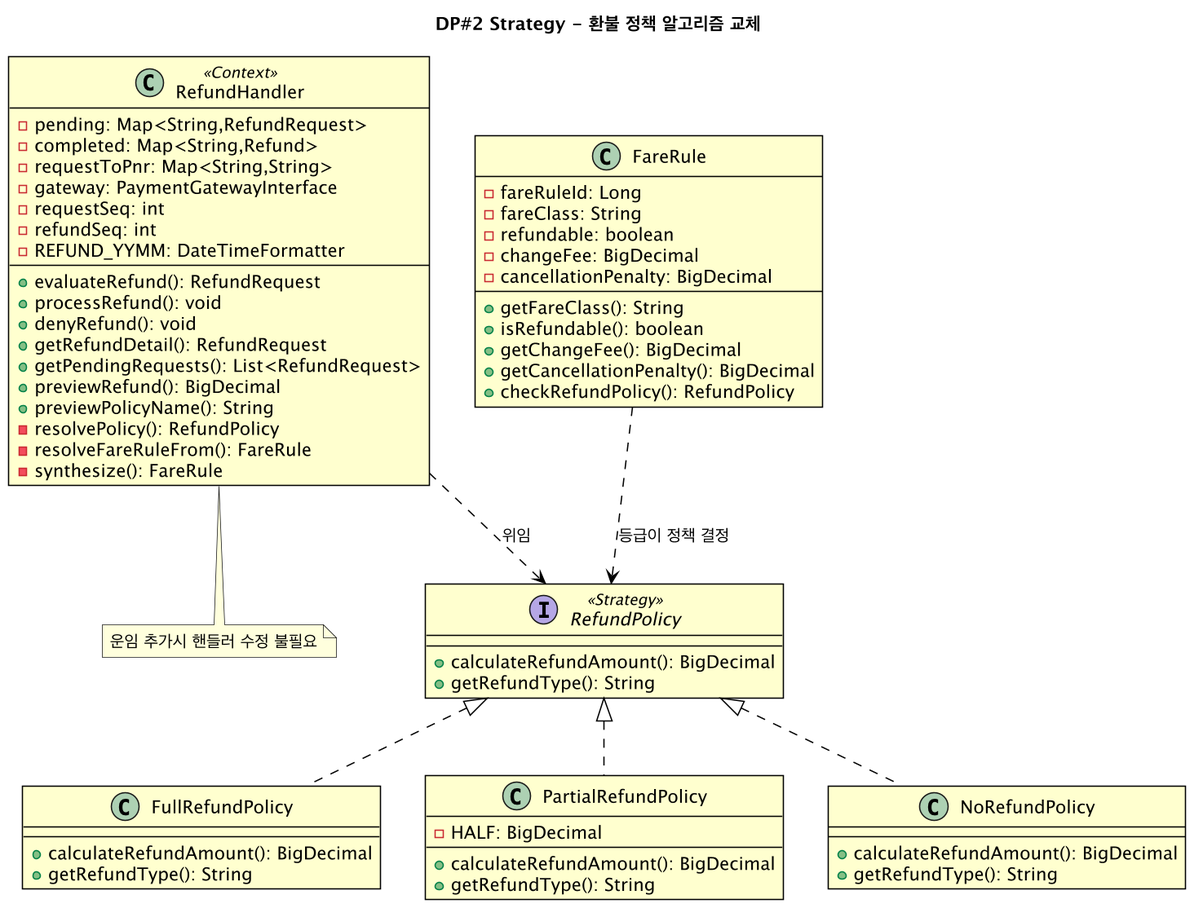
Earlier version of the PlantUML export docs/diagrams/iter4-puml/dp2-strategy.png (gimjungwook/KoreanAirReservationDomain).
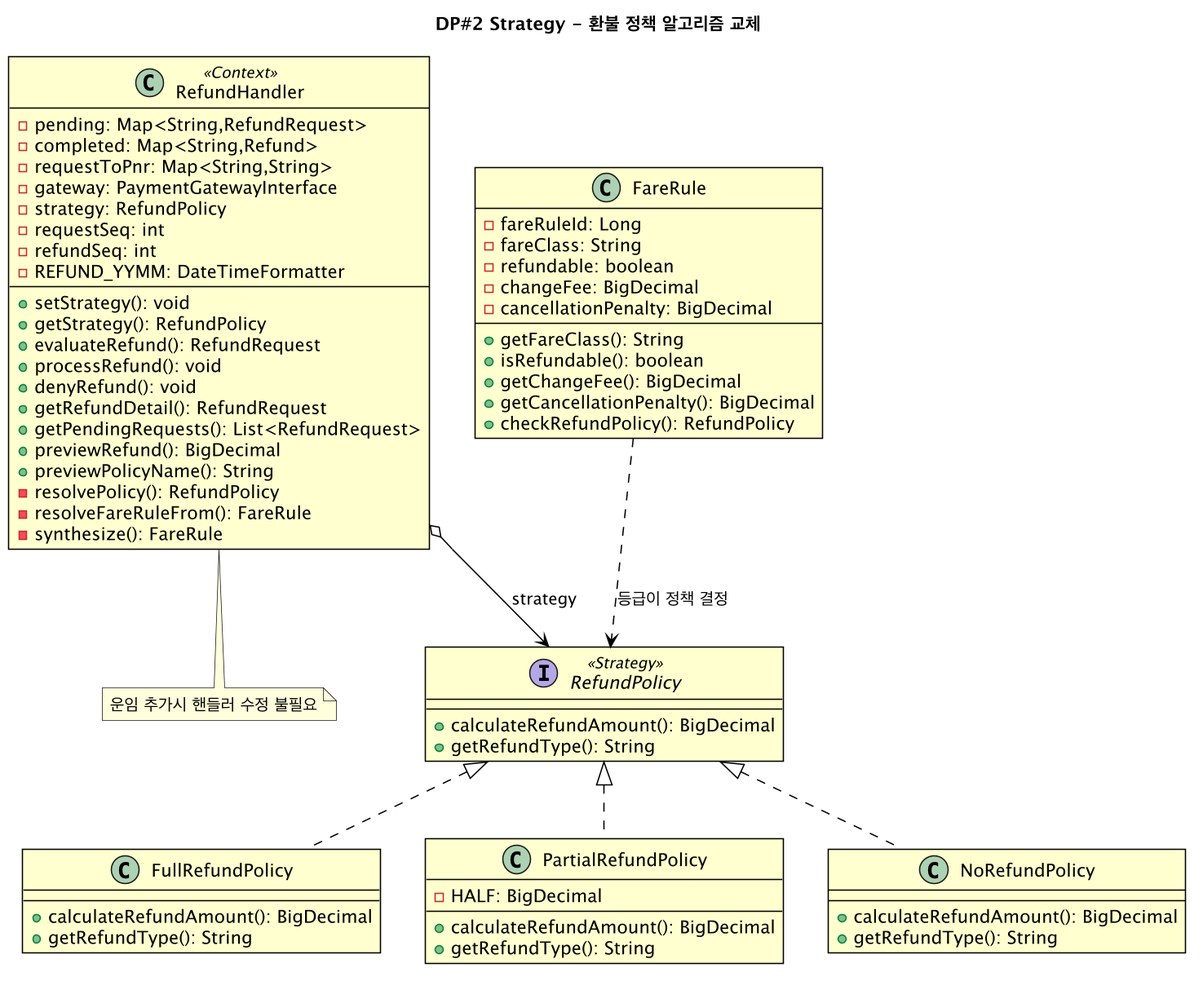
Above is the later version.

Diff of the diagram source:
```diff
@@ -24,10 +24,13 @@
   -completed: Map<String,Refund>
   -requestToPnr: Map<String,String>
   -gateway: PaymentGatewayInterface
+  -strategy: RefundPolicy
   -requestSeq: int
   -refundSeq: int
   -REFUND_YYMM: DateTimeFormatter
   --
+  +setStrategy(): void
+  +getStrategy(): RefundPolicy
   +evaluateRefund(): RefundRequest
   +processRefund(): void
   +denyRefund(): void
@@ -55,7 +58,7 @@
 RefundPolicy <|.. FullRefundPolicy
 RefundPolicy <|.. PartialRefundPolicy
 RefundPolicy <|.. NoRefundPolicy
-RefundHandler ..> RefundPolicy : 위임
+RefundHandler o--> RefundPolicy : strategy
 FareRule ..> RefundPolicy : 등급이 정책 결정
 note bottom of RefundHandler : 운임 추가시 핸들러 수정 불필요
 @enduml
```
